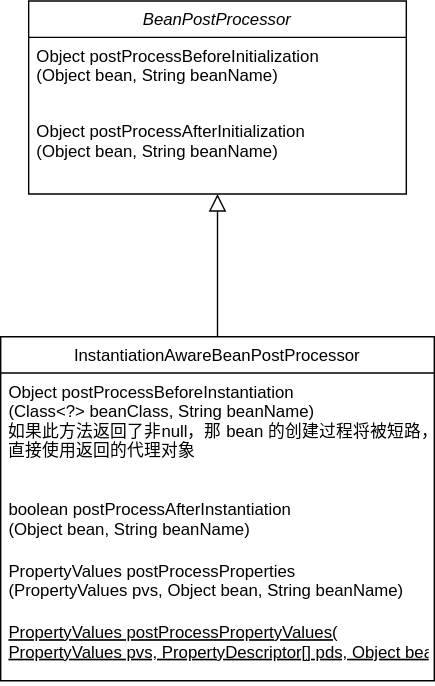
This is spring.svg from peihuanhuan/draw.io, a draw.io export, as it was before one commit. Source tidied: cells renumbered, new cells last; positions are measured from the earlier drawing's top-left corner, leaving out a move shared by most shapes.
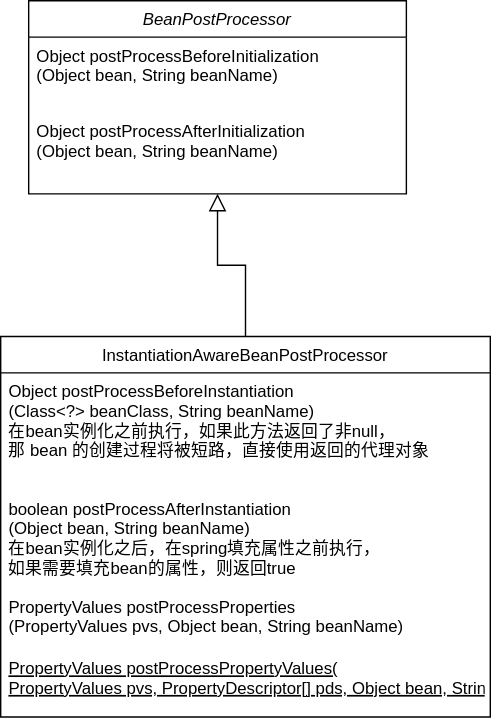
After the change.

The edit, as a diff of the source:
```diff
@@ -12,19 +12,19 @@
       <mxGeometry y="80" width="270" height="58" as="geometry" />
     </mxCell>
     <mxCell id="5" value="InstantiationAwareBeanPostProcessor" style="swimlane;fontStyle=0;align=center;verticalAlign=top;horizontal=1;startSize=26;rounded=0;shadow=0;strokeWidth=1;" parent="1" vertex="1">
-      <mxGeometry y="240" width="310" height="246" as="geometry" />
+      <mxGeometry y="240" width="350" height="272" as="geometry" />
     </mxCell>
-    <mxCell id="6" value="Object postProcessBeforeInstantiation&#10;(Class&lt;?&gt; beanClass, String beanName) &#10;如果此方法返回了非null，那 bean 的创建过程将被短路，&#10;直接使用返回的代理对象" style="text;align=left;verticalAlign=top;spacingLeft=4;spacingRight=4;overflow=hidden;" parent="5" vertex="1">
-      <mxGeometry y="26" width="310" height="84" as="geometry" />
+    <mxCell id="6" value="Object postProcessBeforeInstantiation&#10;(Class&lt;?&gt; beanClass, String beanName) &#10;在bean实例化之前执行，如果此方法返回了非null，&#10;那 bean 的创建过程将被短路，直接使用返回的代理对象" style="text;align=left;verticalAlign=top;spacingLeft=4;spacingRight=4;overflow=hidden;" parent="5" vertex="1">
+      <mxGeometry y="26" width="350" height="84" as="geometry" />
     </mxCell>
-    <mxCell id="7" value="boolean postProcessAfterInstantiation&#10;(Object bean, String beanName)" style="text;align=left;verticalAlign=top;spacingLeft=4;spacingRight=4;overflow=hidden;" parent="5" vertex="1">
-      <mxGeometry y="110" width="310" height="44" as="geometry" />
+    <mxCell id="7" value="boolean postProcessAfterInstantiation&#10;(Object bean, String beanName)&#10;在bean实例化之后，在spring填充属性之前执行，&#10;如果需要填充bean的属性，则返回true" style="text;align=left;verticalAlign=top;spacingLeft=4;spacingRight=4;overflow=hidden;" parent="5" vertex="1">
+      <mxGeometry y="110" width="350" height="70" as="geometry" />
     </mxCell>
     <mxCell id="8" value="PropertyValues postProcessProperties&#10;(PropertyValues pvs, Object bean, String beanName)" style="text;align=left;verticalAlign=top;spacingLeft=4;spacingRight=4;overflow=hidden;" parent="5" vertex="1">
-      <mxGeometry y="154" width="310" height="44" as="geometry" />
+      <mxGeometry y="180" width="350" height="44" as="geometry" />
     </mxCell>
     <mxCell id="9" value=" PropertyValues postProcessPropertyValues(&#10;      PropertyValues pvs, PropertyDescriptor[] pds, Object bean, String beanName)" style="text;align=left;verticalAlign=top;spacingLeft=4;spacingRight=4;overflow=hidden;fontStyle=4;" parent="5" vertex="1">
-      <mxGeometry y="198" width="310" height="48" as="geometry" />
+      <mxGeometry y="224" width="350" height="48" as="geometry" />
     </mxCell>
     <mxCell id="10" style="endArrow=block;endSize=10;endFill=0;shadow=0;strokeWidth=1;rounded=0;edgeStyle=elbowEdgeStyle;elbow=vertical;" parent="1" edge="1" source="5" target="2">
       <mxGeometry relative="1" as="geometry" />
```
